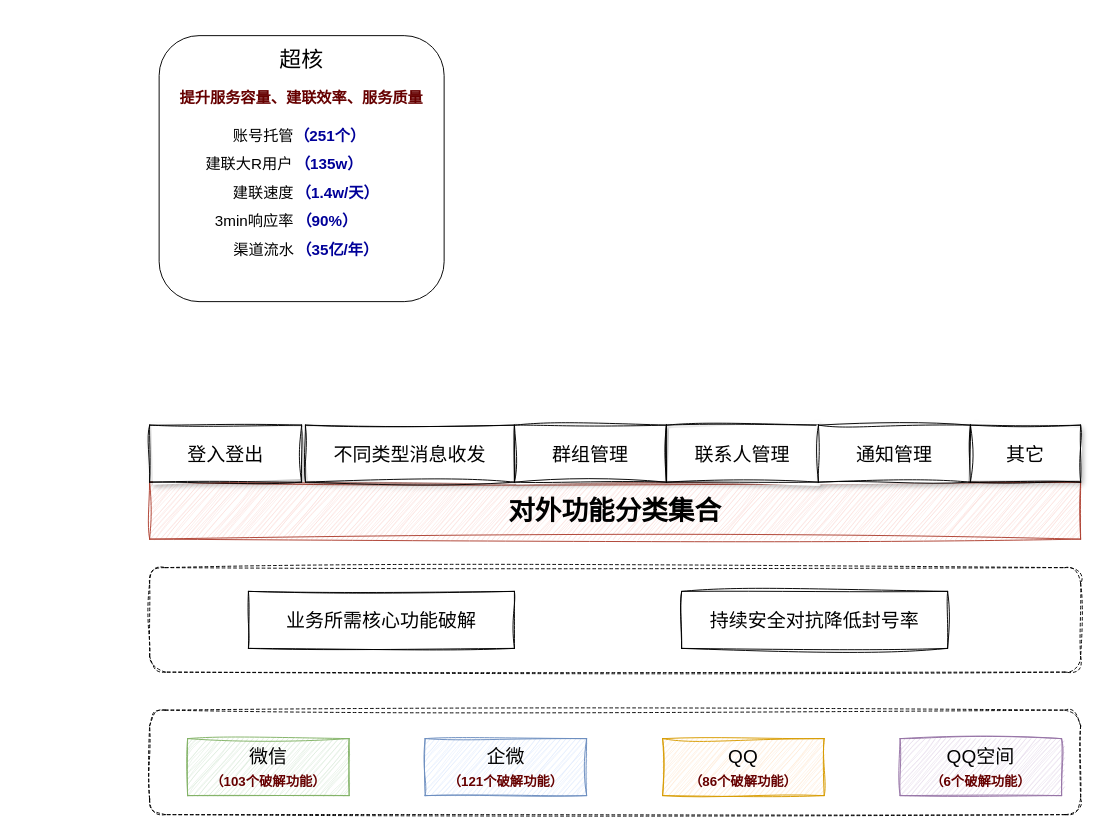
The draw.io diagram 私域架构图.drawio in skindhu/9GAG, before the edit. Source tidied: cells renumbered, new cells numbered last; positions are measured from the earlier drawing's top-left corner, leaving out a move shared by most shapes. Both pictures are drawn from the tidied source at 95%, with x=0, y=0 at pixel (149, 35).
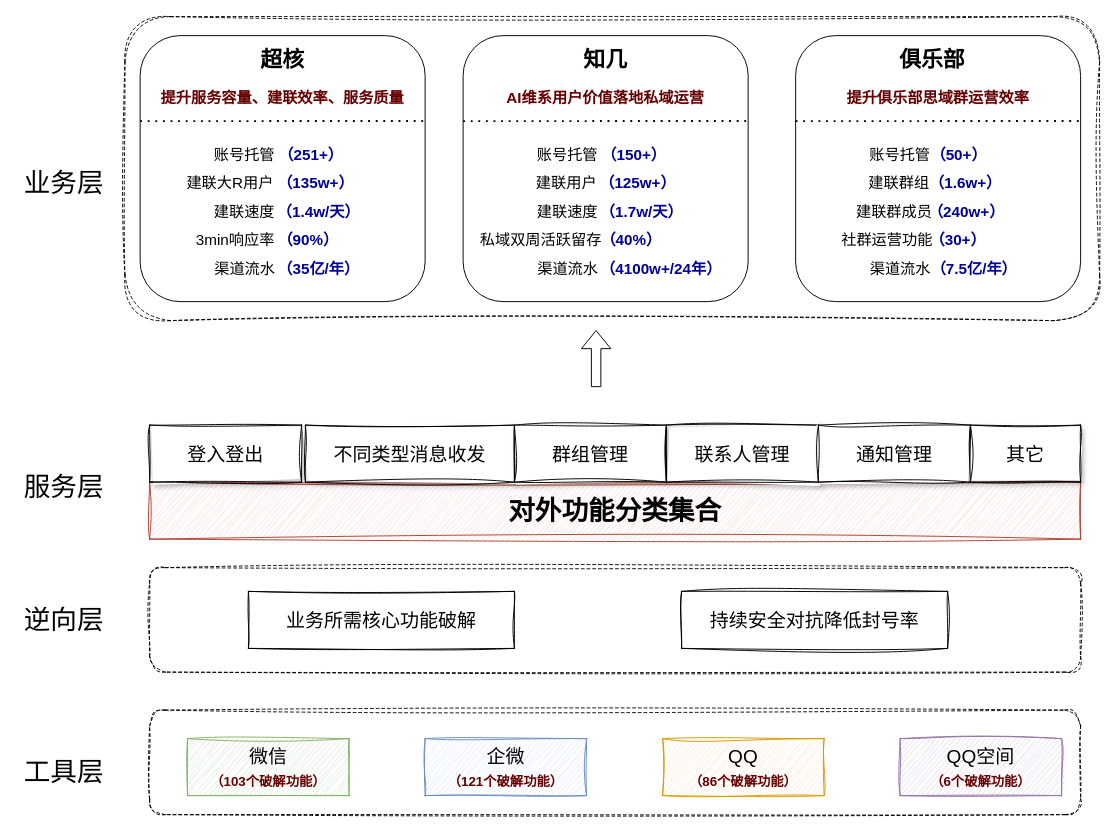
Above is the later version.

Commit message:
更新私域架构图.drawio

What changed in the source:
```diff
@@
+    <mxCell id="30" style="rounded=1;whiteSpace=wrap;html=1;dashed=1;sketch=1;curveFitting=1;jiggle=2;" parent="1" vertex="1">
+      <mxGeometry x="-26" y="-20" width="1026" height="320" as="geometry" />
+    </mxCell>
@@
     <mxCell id="17" style="rounded=1;whiteSpace=wrap;html=1;" parent="1" vertex="1">
-      <mxGeometry x="10" width="300" height="280" as="geometry" />
+      <mxGeometry x="-10" width="300" height="280" as="geometry" />
     </mxCell>
-    <mxCell id="18" value="超核" style="text;html=1;align=center;verticalAlign=middle;whiteSpace=wrap;rounded=0;fontSize=23;" parent="1" vertex="1">
-      <mxGeometry x="130" y="10" width="60" height="30" as="geometry" />
+    <mxCell id="18" value="超核" style="text;html=1;align=center;verticalAlign=middle;whiteSpace=wrap;rounded=0;fontSize=23;fontStyle=1;" parent="1" vertex="1">
+      <mxGeometry x="110" y="10" width="60" height="30" as="geometry" />
     </mxCell>
     <mxCell id="19" value="提升服务容量、建联效率、服务质量" style="text;html=1;align=center;verticalAlign=middle;whiteSpace=wrap;rounded=0;fontColor=#660000;fontStyle=1;fontSize=16;" parent="1" vertex="1">
-      <mxGeometry x="30" y="50" width="260" height="30" as="geometry" />
+      <mxGeometry x="10" y="50" width="260" height="30" as="geometry" />
     </mxCell>
     <mxCell id="20" value="账号托管" style="text;html=1;align=center;verticalAlign=middle;whiteSpace=wrap;rounded=0;fontSize=16;" parent="1" vertex="1">
-      <mxGeometry x="80" y="90" width="80" height="30" as="geometry" />
+      <mxGeometry x="60" y="110" width="80" height="30" as="geometry" />
     </mxCell>
-    <mxCell id="21" value="（251个）" style="text;html=1;align=center;verticalAlign=middle;whiteSpace=wrap;rounded=0;fontSize=16;fontColor=#000099;fontStyle=1;" parent="1" vertex="1">
-      <mxGeometry x="150" y="90" width="80" height="30" as="geometry" />
+    <mxCell id="21" value="（251+）" style="text;html=1;align=center;verticalAlign=middle;whiteSpace=wrap;rounded=0;fontSize=16;fontColor=#000099;fontStyle=1;" parent="1" vertex="1">
+      <mxGeometry x="130" y="110" width="80" height="30" as="geometry" />
     </mxCell>
     <mxCell id="22" value="建联大R用户" style="text;html=1;align=center;verticalAlign=middle;whiteSpace=wrap;rounded=0;fontSize=16;" parent="1" vertex="1">
-      <mxGeometry x="50" y="120" width="110" height="30" as="geometry" />
+      <mxGeometry x="30" y="140" width="110" height="30" as="geometry" />
     </mxCell>
-    <mxCell id="23" value="（135w）" style="text;html=1;align=center;verticalAlign=middle;whiteSpace=wrap;rounded=0;fontSize=16;fontColor=#000099;fontStyle=1;" parent="1" vertex="1">
-      <mxGeometry x="149" y="120" width="80" height="30" as="geometry" />
+    <mxCell id="23" value="（135w+）" style="text;html=1;align=center;verticalAlign=middle;whiteSpace=wrap;rounded=0;fontSize=16;fontColor=#000099;fontStyle=1;" parent="1" vertex="1">
+      <mxGeometry x="135" y="140" width="80" height="30" as="geometry" />
     </mxCell>
     <mxCell id="24" value="建联速度" style="text;html=1;align=center;verticalAlign=middle;whiteSpace=wrap;rounded=0;fontSize=16;" parent="1" vertex="1">
-      <mxGeometry x="80" y="150" width="80" height="30" as="geometry" />
+      <mxGeometry x="60" y="170" width="80" height="30" as="geometry" />
     </mxCell>
     <mxCell id="25" value="（1.4w/天）" style="text;html=1;align=center;verticalAlign=middle;whiteSpace=wrap;rounded=0;fontSize=16;fontColor=#000099;fontStyle=1;" parent="1" vertex="1">
-      <mxGeometry x="143" y="150" width="110" height="30" as="geometry" />
+      <mxGeometry x="123" y="170" width="110" height="30" as="geometry" />
     </mxCell>
     <mxCell id="26" value="3min响应率" style="text;html=1;align=center;verticalAlign=middle;whiteSpace=wrap;rounded=0;fontSize=16;" parent="1" vertex="1">
-      <mxGeometry x="55.5" y="180" width="108.5" height="30" as="geometry" />
+      <mxGeometry x="35.5" y="200" width="108.5" height="30" as="geometry" />
     </mxCell>
     <mxCell id="27" value="（90%）" style="text;html=1;align=center;verticalAlign=middle;whiteSpace=wrap;rounded=0;fontSize=16;fontColor=#000099;fontStyle=1;" parent="1" vertex="1">
-      <mxGeometry x="152" y="180" width="70" height="30" as="geometry" />
+      <mxGeometry x="132" y="200" width="70" height="30" as="geometry" />
     </mxCell>
     <mxCell id="28" value="渠道流水" style="text;html=1;align=center;verticalAlign=middle;whiteSpace=wrap;rounded=0;fontSize=16;" parent="1" vertex="1">
-      <mxGeometry x="65.8" y="210" width="108.5" height="30" as="geometry" />
+      <mxGeometry x="45.8" y="230" width="108.5" height="30" as="geometry" />
     </mxCell>
     <mxCell id="29" value="（35亿/年）" style="text;html=1;align=center;verticalAlign=middle;whiteSpace=wrap;rounded=0;fontSize=16;fontColor=#000099;fontStyle=1;" parent="1" vertex="1">
-      <mxGeometry x="143" y="210" width="110" height="30" as="geometry" />
+      <mxGeometry x="123" y="230" width="110" height="30" as="geometry" />
     </mxCell>
+    <mxCell id="31" style="endArrow=none;dashed=1;html=1;dashPattern=1 3;strokeWidth=2;rounded=0;entryX=0.993;entryY=0.321;entryDx=0;entryDy=0;entryPerimeter=0;" parent="1" edge="1" target="17">
+      <mxGeometry relative="1" as="geometry">
+        <mxPoint x="-10" y="90" as="sourcePoint" />
+      </mxGeometry>
+    </mxCell>
+    <mxCell id="32" style="rounded=1;whiteSpace=wrap;html=1;" parent="1" vertex="1">
+      <mxGeometry x="330" width="300" height="280" as="geometry" />
+    </mxCell>
+    <mxCell id="33" value="知几" style="text;html=1;align=center;verticalAlign=middle;whiteSpace=wrap;rounded=0;fontSize=23;fontStyle=1;" parent="1" vertex="1">
+      <mxGeometry x="450" y="10" width="60" height="30" as="geometry" />
+    </mxCell>
+    <mxCell id="34" value="AI维系用户价值落地私域运营" style="text;html=1;align=center;verticalAlign=middle;whiteSpace=wrap;rounded=0;fontColor=#660000;fontStyle=1;fontSize=16;" parent="1" vertex="1">
+      <mxGeometry x="350" y="50" width="260" height="30" as="geometry" />
+    </mxCell>
+    <mxCell id="35" value="账号托管" style="text;html=1;align=center;verticalAlign=middle;whiteSpace=wrap;rounded=0;fontSize=16;" parent="1" vertex="1">
+      <mxGeometry x="400" y="110" width="80" height="30" as="geometry" />
+    </mxCell>
+    <mxCell id="36" value="（150+）" style="text;html=1;align=center;verticalAlign=middle;whiteSpace=wrap;rounded=0;fontSize=16;fontColor=#000099;fontStyle=1;" parent="1" vertex="1">
+      <mxGeometry x="470" y="110" width="80" height="30" as="geometry" />
+    </mxCell>
+    <mxCell id="37" value="建联用户" style="text;html=1;align=center;verticalAlign=middle;whiteSpace=wrap;rounded=0;fontSize=16;" parent="1" vertex="1">
+      <mxGeometry x="384" y="140" width="110" height="30" as="geometry" />
+    </mxCell>
+    <mxCell id="38" value="（125w+）" style="text;html=1;align=center;verticalAlign=middle;whiteSpace=wrap;rounded=0;fontSize=16;fontColor=#000099;fontStyle=1;" parent="1" vertex="1">
+      <mxGeometry x="474" y="140" width="80" height="30" as="geometry" />
+    </mxCell>
+    <mxCell id="39" value="建联速度" style="text;html=1;align=center;verticalAlign=middle;whiteSpace=wrap;rounded=0;fontSize=16;" parent="1" vertex="1">
+      <mxGeometry x="400" y="170" width="80" height="30" as="geometry" />
+    </mxCell>
+    <mxCell id="40" value="（1.7w/天）" style="text;html=1;align=center;verticalAlign=middle;whiteSpace=wrap;rounded=0;fontSize=16;fontColor=#000099;fontStyle=1;" parent="1" vertex="1">
+      <mxGeometry x="463" y="170" width="110" height="30" as="geometry" />
+    </mxCell>
+    <mxCell id="41" value="私域双周活跃留存" style="text;html=1;align=center;verticalAlign=middle;whiteSpace=wrap;rounded=0;fontSize=16;" parent="1" vertex="1">
+      <mxGeometry x="330.2" y="200" width="164" height="30" as="geometry" />
+    </mxCell>
+    <mxCell id="42" value="（40%）" style="text;html=1;align=center;verticalAlign=middle;whiteSpace=wrap;rounded=0;fontSize=16;fontColor=#000099;fontStyle=1;" parent="1" vertex="1">
+      <mxGeometry x="472" y="200" width="70" height="30" as="geometry" />
+    </mxCell>
+    <mxCell id="43" value="渠道流水" style="text;html=1;align=center;verticalAlign=middle;whiteSpace=wrap;rounded=0;fontSize=16;" parent="1" vertex="1">
+      <mxGeometry x="385.8" y="230" width="108.5" height="30" as="geometry" />
+    </mxCell>
+    <mxCell id="44" value="（4100w+/24年）" style="text;html=1;align=center;verticalAlign=middle;whiteSpace=wrap;rounded=0;fontSize=16;fontColor=#000099;fontStyle=1;" parent="1" vertex="1">
+      <mxGeometry x="465" y="230" width="147" height="30" as="geometry" />
+    </mxCell>
+    <mxCell id="45" style="endArrow=none;dashed=1;html=1;dashPattern=1 3;strokeWidth=2;rounded=0;entryX=0.993;entryY=0.321;entryDx=0;entryDy=0;entryPerimeter=0;" parent="1" edge="1" target="32">
+      <mxGeometry relative="1" as="geometry">
+        <mxPoint x="330" y="90" as="sourcePoint" />
+      </mxGeometry>
+    </mxCell>
+    <mxCell id="46" style="rounded=1;whiteSpace=wrap;html=1;" parent="1" vertex="1">
+      <mxGeometry x="680" width="300" height="280" as="geometry" />
+    </mxCell>
+    <mxCell id="47" value="俱乐部" style="text;html=1;align=center;verticalAlign=middle;whiteSpace=wrap;rounded=0;fontSize=23;fontStyle=1;" parent="1" vertex="1">
+      <mxGeometry x="784" y="10" width="80" height="30" as="geometry" />
+    </mxCell>
+    <mxCell id="48" value="提升俱乐部思域群运营效率" style="text;html=1;align=center;verticalAlign=middle;whiteSpace=wrap;rounded=0;fontColor=#660000;fontStyle=1;fontSize=16;" parent="1" vertex="1">
+      <mxGeometry x="700" y="50" width="260" height="30" as="geometry" />
+    </mxCell>
+    <mxCell id="49" value="账号托管" style="text;html=1;align=center;verticalAlign=middle;whiteSpace=wrap;rounded=0;fontSize=16;" parent="1" vertex="1">
+      <mxGeometry x="750" y="110" width="80" height="30" as="geometry" />
+    </mxCell>
+    <mxCell id="50" value="（50+）" style="text;html=1;align=center;verticalAlign=middle;whiteSpace=wrap;rounded=0;fontSize=16;fontColor=#000099;fontStyle=1;" parent="1" vertex="1">
+      <mxGeometry x="812" y="110" width="80" height="30" as="geometry" />
+    </mxCell>
+    <mxCell id="51" value="建联群组" style="text;html=1;align=center;verticalAlign=middle;whiteSpace=wrap;rounded=0;fontSize=16;" parent="1" vertex="1">
+      <mxGeometry x="734.2" y="140" width="110" height="30" as="geometry" />
+    </mxCell>
+    <mxCell id="52" value="（1.6w+）" style="text;html=1;align=center;verticalAlign=middle;whiteSpace=wrap;rounded=0;fontSize=16;fontColor=#000099;fontStyle=1;" parent="1" vertex="1">
+      <mxGeometry x="819" y="140" width="80" height="30" as="geometry" />
+    </mxCell>
+    <mxCell id="53" value="建联群成员" style="text;html=1;align=center;verticalAlign=middle;whiteSpace=wrap;rounded=0;fontSize=16;" parent="1" vertex="1">
+      <mxGeometry x="729" y="170" width="110" height="30" as="geometry" />
+    </mxCell>
+    <mxCell id="54" value="（240w+）" style="text;html=1;align=center;verticalAlign=middle;whiteSpace=wrap;rounded=0;fontSize=16;fontColor=#000099;fontStyle=1;" parent="1" vertex="1">
+      <mxGeometry x="805" y="170" width="110" height="30" as="geometry" />
+    </mxCell>
+    <mxCell id="55" value="社群运营功能" style="text;html=1;align=center;verticalAlign=middle;whiteSpace=wrap;rounded=0;fontSize=16;" parent="1" vertex="1">
+      <mxGeometry x="721.5" y="200" width="108.5" height="30" as="geometry" />
+    </mxCell>
+    <mxCell id="56" value="（30+）" style="text;html=1;align=center;verticalAlign=middle;whiteSpace=wrap;rounded=0;fontSize=16;fontColor=#000099;fontStyle=1;" parent="1" vertex="1">
+      <mxGeometry x="816" y="200" width="70" height="30" as="geometry" />
+    </mxCell>
+    <mxCell id="57" value="渠道流水" style="text;html=1;align=center;verticalAlign=middle;whiteSpace=wrap;rounded=0;fontSize=16;" parent="1" vertex="1">
+      <mxGeometry x="735.8" y="230" width="108.5" height="30" as="geometry" />
+    </mxCell>
+    <mxCell id="58" value="（7.5亿/年）" style="text;html=1;align=center;verticalAlign=middle;whiteSpace=wrap;rounded=0;fontSize=16;fontColor=#000099;fontStyle=1;" parent="1" vertex="1">
+      <mxGeometry x="813" y="230" width="110" height="30" as="geometry" />
+    </mxCell>
+    <mxCell id="59" style="endArrow=none;dashed=1;html=1;dashPattern=1 3;strokeWidth=2;rounded=0;entryX=0.993;entryY=0.321;entryDx=0;entryDy=0;entryPerimeter=0;" parent="1" edge="1" target="46">
+      <mxGeometry relative="1" as="geometry">
+        <mxPoint x="680" y="90" as="sourcePoint" />
+      </mxGeometry>
+    </mxCell>
+    <mxCell id="60" style="shape=flexArrow;endArrow=classic;html=1;rounded=0;" parent="1" edge="1">
+      <mxGeometry relative="1" as="geometry">
+        <mxPoint x="470" y="370" as="sourcePoint" />
+        <mxPoint x="470" y="310" as="targetPoint" />
+      </mxGeometry>
+    </mxCell>
+    <mxCell id="61" value="工具层" style="text;html=1;align=center;verticalAlign=middle;whiteSpace=wrap;rounded=0;fontSize=28;" parent="1" vertex="1">
+      <mxGeometry x="-140" y="760" width="100" height="30" as="geometry" />
+    </mxCell>
+    <mxCell id="62" value="逆向层" style="text;html=1;align=center;verticalAlign=middle;whiteSpace=wrap;rounded=0;fontSize=28;" parent="1" vertex="1">
+      <mxGeometry x="-140" y="600" width="100" height="30" as="geometry" />
+    </mxCell>
+    <mxCell id="63" value="服务层" style="text;html=1;align=center;verticalAlign=middle;whiteSpace=wrap;rounded=0;fontSize=28;" parent="1" vertex="1">
+      <mxGeometry x="-140" y="460" width="100" height="30" as="geometry" />
+    </mxCell>
+    <mxCell id="64" value="业务层" style="text;html=1;align=center;verticalAlign=middle;whiteSpace=wrap;rounded=0;fontSize=28;" parent="1" vertex="1">
+      <mxGeometry x="-140" y="140" width="100" height="30" as="geometry" />
+    </mxCell>
```
